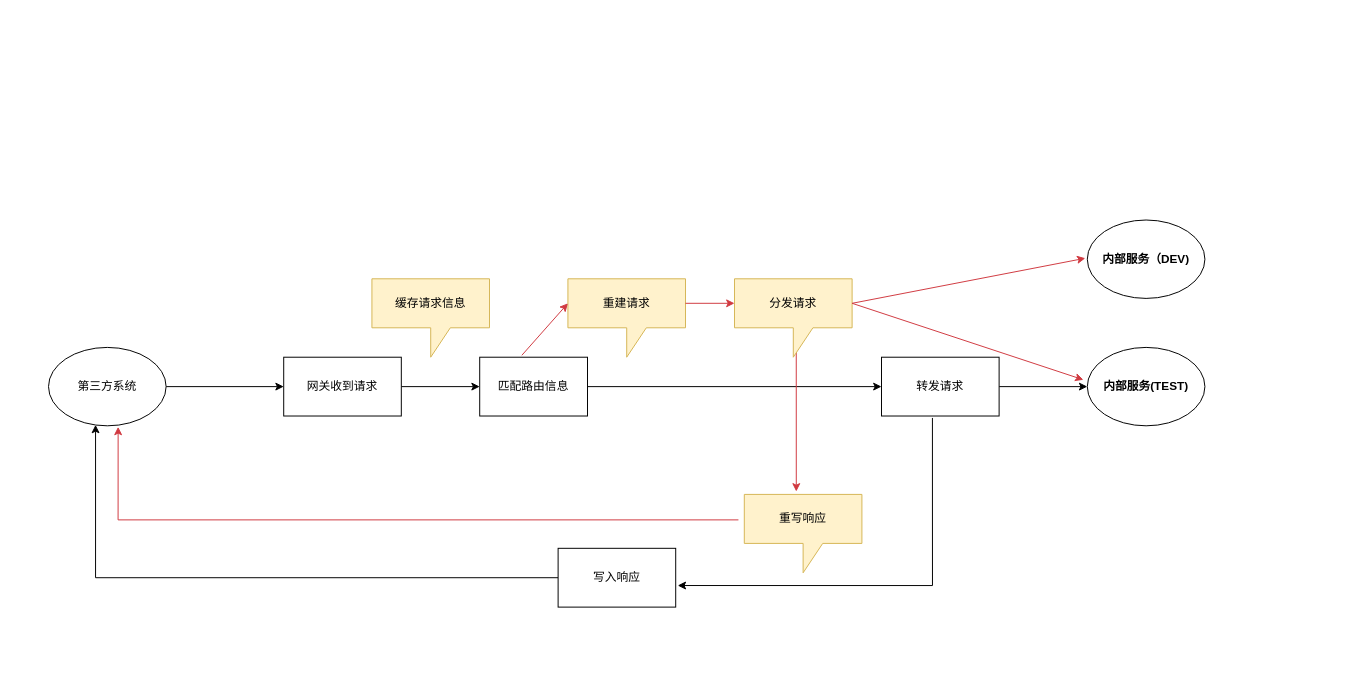
liuyunlong1229/aaa keeps this draw.io diagram as SketchMap/分发网关实现原理.drawio. Above is the earlier version. Source tidied: cells renumbered, new cells numbered last; positions are measured from the earlier drawing's top-left corner, leaving out a move shared by most shapes. Both pictures are drawn from the tidied source at 98%, with x=0, y=0 at pixel (48, 220).
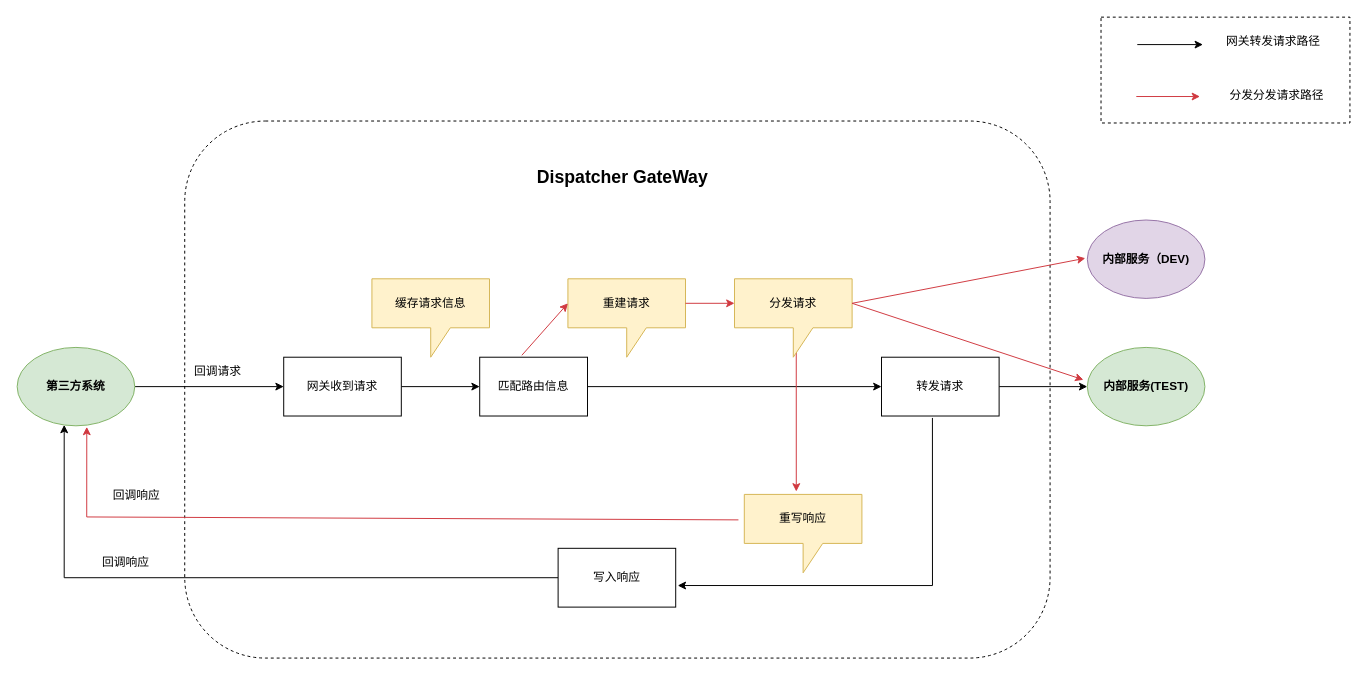
Above is the later version.

Commit message (it also covers changes not shown here):
更新分发网关实现原理.drawio

Unchanged cells that the change refers to:
```xml
<mxCell id="19" value="重写响应" style="shape=callout;whiteSpace=wrap;html=1;perimeter=calloutPerimeter;fillColor=#fff2cc;strokeColor=#d6b656;" parent="1" vertex="1">
  <mxGeometry x="710" y="280" width="120" height="80" as="geometry" />
</mxCell>
```

What changed in the source:
```diff
@@
+    <mxCell id="25" style="rounded=1;whiteSpace=wrap;html=1;dashed=1;" parent="1" vertex="1">
+      <mxGeometry x="139" y="-101" width="883" height="548" as="geometry" />
+    </mxCell>
+    <mxCell id="26" style="rounded=0;whiteSpace=wrap;html=1;dashed=1;" parent="1" vertex="1">
+      <mxGeometry x="1074" y="-207" width="254" height="108" as="geometry" />
+    </mxCell>
@@
-    <mxCell id="5" value="第三方系统" style="ellipse;whiteSpace=wrap;html=1;" parent="1" vertex="1">
-      <mxGeometry y="130" width="120" height="80" as="geometry" />
+    <mxCell id="5" value="&lt;b&gt;第三方系统&lt;/b&gt;" style="ellipse;whiteSpace=wrap;html=1;fillColor=#d5e8d4;strokeColor=#82b366;" parent="1" vertex="1">
+      <mxGeometry x="-32" y="130" width="120" height="80" as="geometry" />
     </mxCell>
@@
-    <mxCell id="10" value="&lt;b&gt;内部服务(TEST)&lt;/b&gt;" style="ellipse;whiteSpace=wrap;html=1;" parent="1" vertex="1">
+    <mxCell id="10" value="&lt;b&gt;内部服务(TEST)&lt;/b&gt;" style="ellipse;whiteSpace=wrap;html=1;fillColor=#d5e8d4;strokeColor=#82b366;" parent="1" vertex="1">
       <mxGeometry x="1060" y="130" width="120" height="80" as="geometry" />
     </mxCell>
@@
-    <mxCell id="13" value="&lt;b&gt;内部服务（DEV)&lt;/b&gt;" style="ellipse;whiteSpace=wrap;html=1;" parent="1" vertex="1">
+    <mxCell id="13" value="&lt;b&gt;内部服务（DEV)&lt;/b&gt;" style="ellipse;whiteSpace=wrap;html=1;fillColor=#e1d5e7;strokeColor=#9673a6;" parent="1" vertex="1">
       <mxGeometry x="1060" width="120" height="80" as="geometry" />
     </mxCell>
@@
     <mxCell id="22" style="endArrow=classic;html=1;rounded=0;exitX=-0.05;exitY=0.325;exitDx=0;exitDy=0;exitPerimeter=0;entryX=0.592;entryY=1.013;entryDx=0;entryDy=0;entryPerimeter=0;strokeColor=#d03940;" parent="1" edge="1" source="19" target="5">
       <mxGeometry relative="1" as="geometry">
         <Array as="points">
-          <mxPoint x="71" y="306" />
+          <mxPoint x="39" y="303" />
         </Array>
       </mxGeometry>
     </mxCell>
@@
+    <mxCell id="27" style="endArrow=classic;html=1;rounded=0;" parent="1" edge="1">
+      <mxGeometry relative="1" as="geometry">
+        <mxPoint x="1111" y="-179" as="sourcePoint" />
+        <mxPoint x="1178" y="-179" as="targetPoint" />
+      </mxGeometry>
+    </mxCell>
+    <mxCell id="28" value="网关转发请求路径" style="text;html=1;align=center;verticalAlign=middle;whiteSpace=wrap;rounded=0;" parent="1" vertex="1">
+      <mxGeometry x="1190" y="-197" width="120" height="30" as="geometry" />
+    </mxCell>
+    <mxCell id="29" value="分发分发请求路径" style="text;html=1;align=center;verticalAlign=middle;whiteSpace=wrap;rounded=0;" parent="1" vertex="1">
+      <mxGeometry x="1194" y="-142" width="119" height="30" as="geometry" />
+    </mxCell>
+    <mxCell id="30" style="endArrow=classic;html=1;rounded=0;strokeColor=#d03940;" parent="1" edge="1">
+      <mxGeometry relative="1" as="geometry">
+        <mxPoint x="1110" y="-126" as="sourcePoint" />
+        <mxPoint x="1175" y="-126" as="targetPoint" />
+      </mxGeometry>
+    </mxCell>
+    <mxCell id="31" value="&lt;b&gt;&lt;font style=&quot;font-size: 18px;&quot;&gt;Dispatcher GateWay&lt;/font&gt;&lt;/b&gt;" style="text;html=1;align=center;verticalAlign=middle;whiteSpace=wrap;rounded=0;" parent="1" vertex="1">
+      <mxGeometry x="466" y="-58" width="240" height="30" as="geometry" />
+    </mxCell>
+    <mxCell id="32" value="回调请求" style="text;html=1;align=center;verticalAlign=middle;whiteSpace=wrap;rounded=0;" parent="1" vertex="1">
+      <mxGeometry x="143" y="140" width="60" height="30" as="geometry" />
+    </mxCell>
+    <mxCell id="33" value="回调响应" style="text;html=1;align=center;verticalAlign=middle;whiteSpace=wrap;rounded=0;" parent="1" vertex="1">
+      <mxGeometry x="60" y="266" width="60" height="30" as="geometry" />
+    </mxCell>
+    <mxCell id="34" value="回调响应" style="text;html=1;align=center;verticalAlign=middle;whiteSpace=wrap;rounded=0;" parent="1" vertex="1">
+      <mxGeometry x="49" y="335" width="60" height="30" as="geometry" />
+    </mxCell>
```
